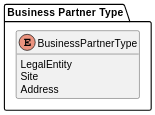
catenax-eV/catenax-ev.github.io keeps this PlantUML diagram as docs/standards/CX-0012-BusinessPartnerDataPoolAPI/assets/diagrams/class/business-partner-type.svg. Above is the earlier version. Its diagram source:
```plantuml
@startuml
skinparam dpi 50

package "Business Partner Type" {

  enum BusinessPartnerType {
    LegalEntity
    Site
    Address
  }
}

hide methods
@enduml
```
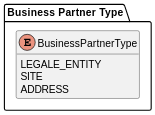
After the commit.

Change to the diagram source:
```diff
@@ -4,9 +4,9 @@
 package "Business Partner Type" {
 
   enum BusinessPartnerType {
-    LegalEntity
-    Site
-    Address
+    LEGALE_ENTITY
+    SITE
+    ADDRESS
   }
 }
 
```
